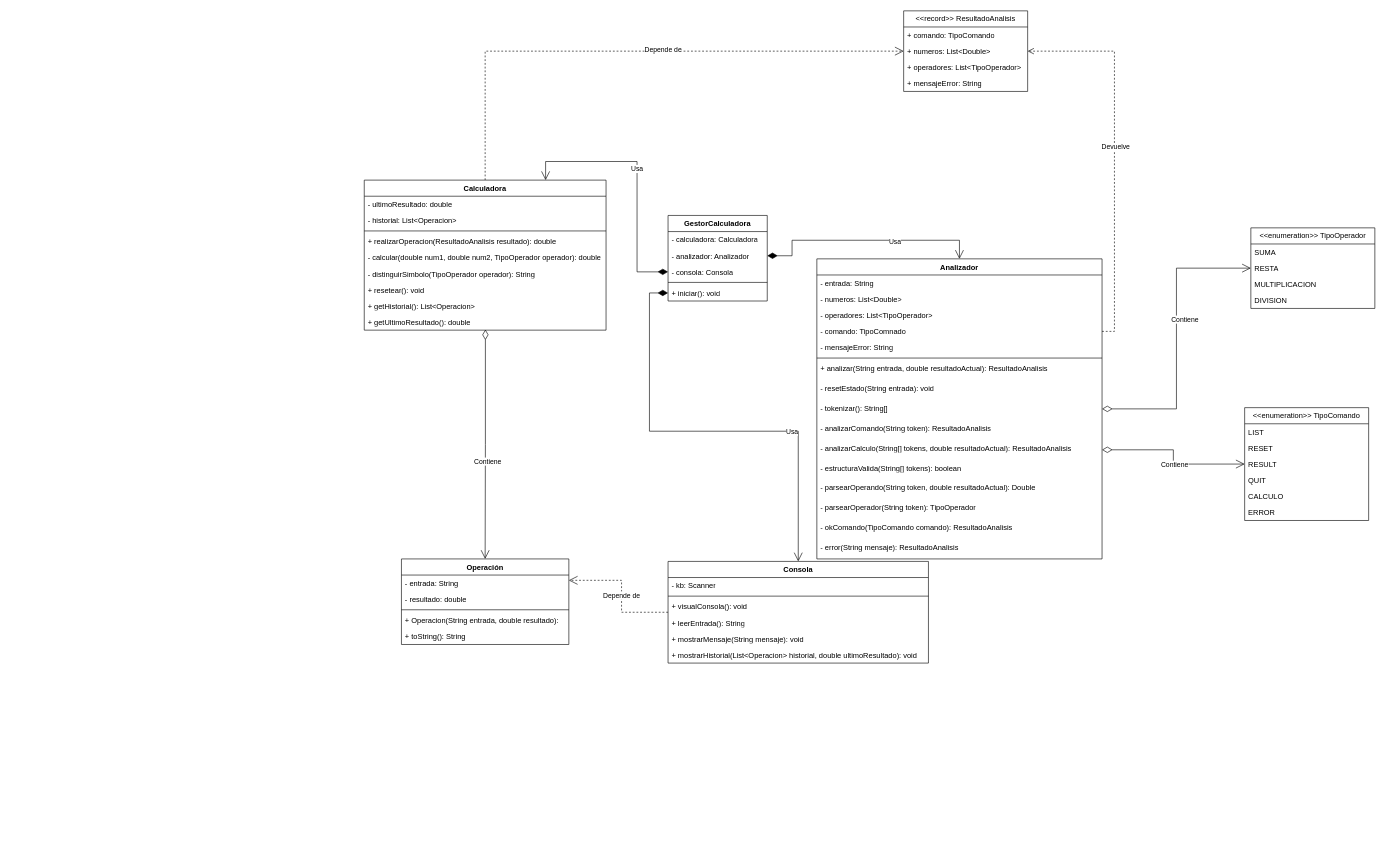
Before: diagrama/diagrama.drawio in jgonbur142/P04_Calculadora_Especial, a draw.io diagram. Source tidied: cells renumbered, new cells numbered last; positions are measured from the earlier drawing's top-left corner, leaving out a move shared by most shapes. Both pictures are drawn from the tidied source at 62%, with x=0, y=0 at pixel (364, 11).
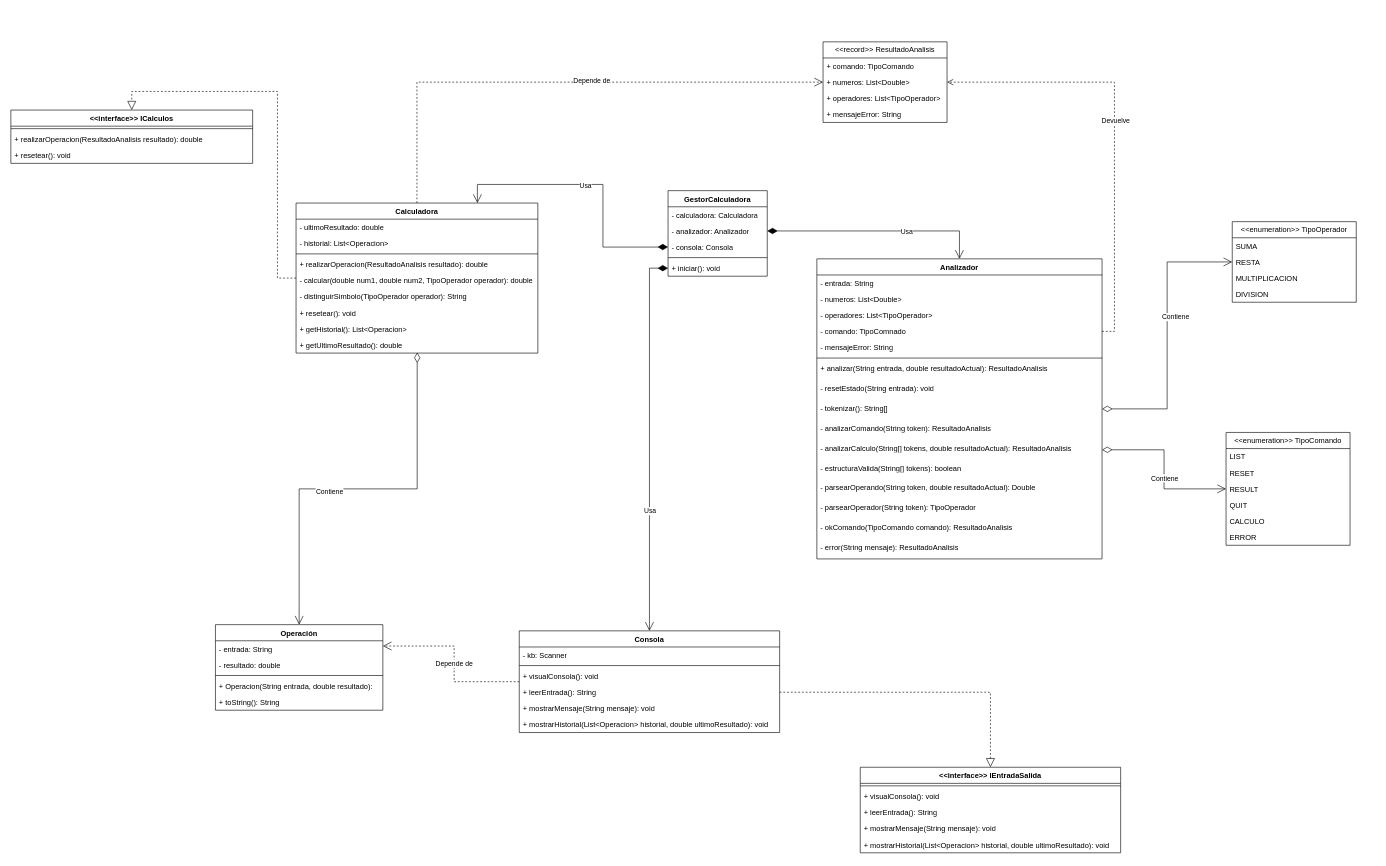
The same page after the edit.

Commit message (it also covers changes not shown here):
||Trabajo en casa||JAVADOC comentado + UML editado. TODO: dudas a Diego

Unchanged cells that the change refers to:
```xml
<mxCell id="67" value="+ leerEntrada(): String" style="text;strokeColor=none;fillColor=none;align=left;verticalAlign=top;spacingLeft=4;spacingRight=4;overflow=hidden;points=[[0,0.5],[1,0.5]];portConstraint=eastwest;whiteSpace=wrap;html=1;" parent="63" vertex="1">
  <mxGeometry y="86" width="420" height="26" as="geometry" />
</mxCell>
```

Change to the diagram source:
```diff
@@
     <mxCell id="20" value="&amp;lt;&amp;lt;record&amp;gt;&amp;gt; ResultadoAnalisis" style="swimlane;fontStyle=0;horizontal=1;startSize=26;fillColor=none;whiteSpace=wrap;html=1;" parent="1" vertex="1">
-      <mxGeometry x="870" width="200" height="130" as="geometry" />
+      <mxGeometry x="740" y="50" width="200" height="130" as="geometry" />
     </mxCell>
@@
     <mxCell id="25" value="&amp;lt;&amp;lt;enumeration&amp;gt;&amp;gt; TipoOperador" style="swimlane;fontStyle=0;horizontal=1;startSize=26;fillColor=none;whiteSpace=wrap;html=1;" parent="1" vertex="1">
-      <mxGeometry x="1430" y="350" width="200" height="130" as="geometry" />
+      <mxGeometry x="1400" y="340" width="200" height="130" as="geometry" />
     </mxCell>
@@
     <mxCell id="30" value="&amp;lt;&amp;lt;enumeration&amp;gt;&amp;gt; TipoComando" style="swimlane;fontStyle=0;horizontal=1;startSize=26;fillColor=none;whiteSpace=wrap;html=1;" parent="1" vertex="1">
-      <mxGeometry x="1420" y="640" width="200" height="182" as="geometry" />
+      <mxGeometry x="1390" y="680" width="200" height="182" as="geometry" />
     </mxCell>
@@
     <mxCell id="37" value="Operación" style="swimlane;fontStyle=1;align=center;verticalAlign=top;horizontal=1;startSize=26;whiteSpace=wrap;html=1;" parent="1" vertex="1">
-      <mxGeometry x="60" y="884" width="270" height="138" as="geometry" />
+      <mxGeometry x="-240" y="990" width="270" height="138" as="geometry" />
     </mxCell>
@@
     <mxCell id="43" value="GestorCalculadora" style="swimlane;fontStyle=1;align=center;verticalAlign=top;horizontal=1;startSize=26;whiteSpace=wrap;html=1;" parent="1" vertex="1">
-      <mxGeometry x="490" y="330" width="160" height="138" as="geometry" />
+      <mxGeometry x="490" y="290" width="160" height="138" as="geometry" />
     </mxCell>
@@
+    <mxCell id="82" style="edgeStyle=orthogonalEdgeStyle;rounded=0;jettySize=auto;html=1;entryX=0.5;entryY=0;entryDx=0;entryDy=0;endArrow=block;dashed=1;endFill=0;endSize=12;" parent="1" edge="1" source="51" target="90">
+      <mxGeometry relative="1" as="geometry" />
+    </mxCell>
     <mxCell id="51" value="Calculadora" style="swimlane;fontStyle=1;align=center;verticalAlign=top;horizontal=1;startSize=26;whiteSpace=wrap;html=1;" parent="1" vertex="1">
-      <mxGeometry y="273" width="390" height="242" as="geometry" />
+      <mxGeometry x="-110" y="310" width="390" height="242" as="geometry" />
     </mxCell>
@@
     <mxCell id="63" value="Consola" style="swimlane;fontStyle=1;align=center;verticalAlign=top;horizontal=1;startSize=26;whiteSpace=wrap;html=1;" parent="1" vertex="1">
-      <mxGeometry x="490" y="888" width="420" height="164" as="geometry" />
+      <mxGeometry x="250" y="1000" width="420" height="164" as="geometry" />
     </mxCell>
@@
+    <mxCell id="83" value="&amp;lt;&amp;lt;interface&amp;gt;&amp;gt; IEntradaSalida" style="swimlane;fontStyle=1;align=center;verticalAlign=top;horizontal=1;startSize=26;whiteSpace=wrap;html=1;" parent="1" vertex="1">
+      <mxGeometry x="800" y="1220" width="420" height="138" as="geometry" />
+    </mxCell>
+    <mxCell id="84" style="line;strokeWidth=1;fillColor=none;align=left;verticalAlign=middle;spacingTop=-1;spacingLeft=3;spacingRight=3;labelPosition=right;strokeColor=inherit;" parent="83" vertex="1">
+      <mxGeometry y="26" width="420" height="8" as="geometry" />
+    </mxCell>
+    <mxCell id="85" value="+ visualConsola(): void" style="text;strokeColor=none;fillColor=none;align=left;verticalAlign=top;spacingLeft=4;spacingRight=4;overflow=hidden;whiteSpace=wrap;html=1;" parent="83" vertex="1">
+      <mxGeometry y="34" width="420" height="26" as="geometry" />
+    </mxCell>
+    <mxCell id="86" value="+ leerEntrada(): String" style="text;strokeColor=none;fillColor=none;align=left;verticalAlign=top;spacingLeft=4;spacingRight=4;overflow=hidden;whiteSpace=wrap;html=1;" parent="83" vertex="1">
+      <mxGeometry y="60" width="420" height="26" as="geometry" />
+    </mxCell>
+    <mxCell id="87" value="+ mostrarMensaje(String mensaje): void" style="text;strokeColor=none;fillColor=none;align=left;verticalAlign=top;spacingLeft=4;spacingRight=4;overflow=hidden;whiteSpace=wrap;html=1;" parent="83" vertex="1">
+      <mxGeometry y="86" width="420" height="26" as="geometry" />
+    </mxCell>
+    <mxCell id="88" value="+ mostrarHistorial(List&amp;lt;Operacion&amp;gt; historial, double ultimoResultado): void" style="text;strokeColor=none;fillColor=none;align=left;verticalAlign=top;spacingLeft=4;spacingRight=4;overflow=hidden;whiteSpace=wrap;html=1;" parent="83" vertex="1">
+      <mxGeometry y="112" width="420" height="26" as="geometry" />
+    </mxCell>
+    <mxCell id="89" style="edgeStyle=orthogonalEdgeStyle;rounded=0;jettySize=auto;html=1;entryX=0.5;entryY=0;entryDx=0;entryDy=0;endArrow=block;dashed=1;endFill=0;endSize=12;" parent="1" edge="1" source="67" target="83">
+      <mxGeometry relative="1" as="geometry" />
+    </mxCell>
+    <mxCell id="90" value="&amp;lt;&amp;lt;interface&amp;gt;&amp;gt; ICalculos" style="swimlane;fontStyle=1;align=center;verticalAlign=top;horizontal=1;startSize=26;whiteSpace=wrap;html=1;" parent="1" vertex="1">
+      <mxGeometry x="-570" y="160" width="390" height="86" as="geometry" />
+    </mxCell>
+    <mxCell id="91" style="line;strokeWidth=1;fillColor=none;align=left;verticalAlign=middle;spacingTop=-1;spacingLeft=3;spacingRight=3;labelPosition=right;strokeColor=inherit;" parent="90" vertex="1">
+      <mxGeometry y="26" width="390" height="8" as="geometry" />
+    </mxCell>
+    <mxCell id="92" value="+ realizarOperacion(ResultadoAnalisis resultado): double" style="text;strokeColor=none;fillColor=none;align=left;verticalAlign=top;spacingLeft=4;spacingRight=4;overflow=hidden;whiteSpace=wrap;html=1;" parent="90" vertex="1">
+      <mxGeometry y="34" width="390" height="26" as="geometry" />
+    </mxCell>
+    <mxCell id="93" value="+ resetear(): void" style="text;strokeColor=none;fillColor=none;align=left;verticalAlign=top;spacingLeft=4;spacingRight=4;overflow=hidden;whiteSpace=wrap;html=1;" parent="90" vertex="1">
+      <mxGeometry y="60" width="390" height="26" as="geometry" />
+    </mxCell>
```
